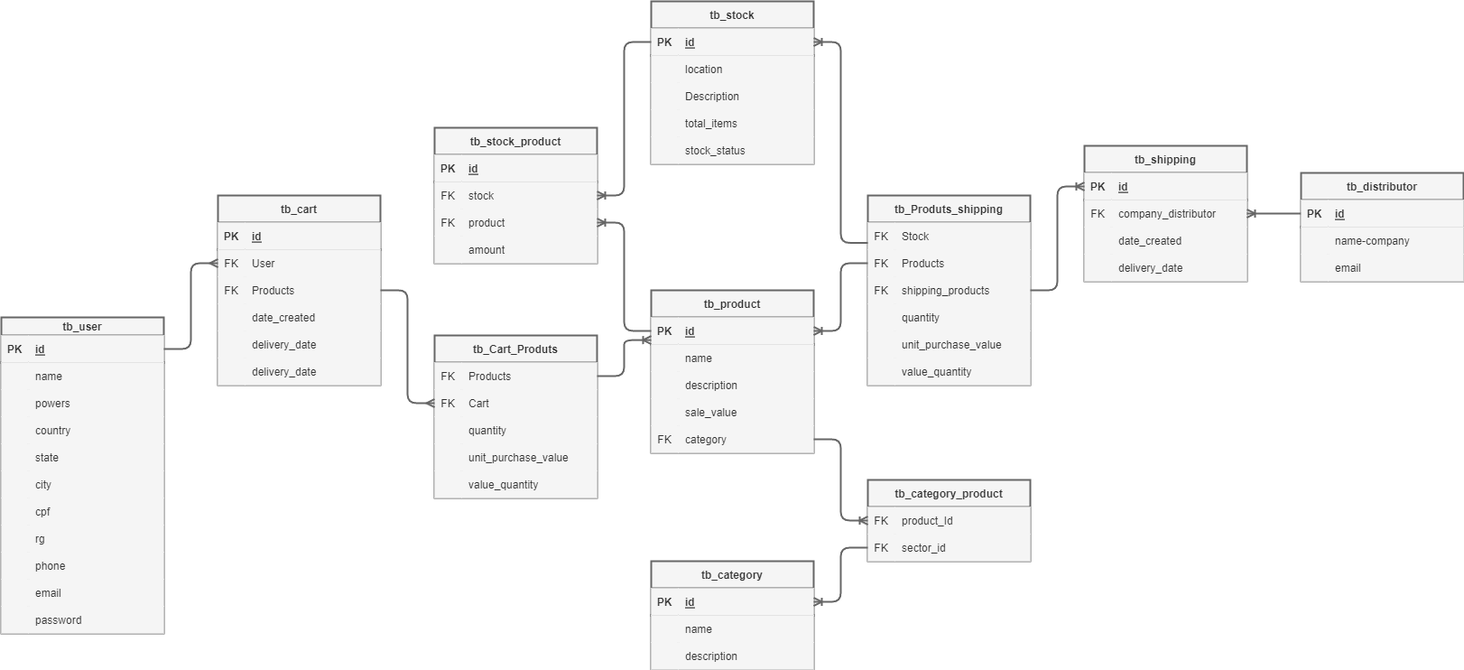
ulisses953/GerenciadorEstoqueBackEnd keeps this draw.io diagram as doc/DiagramaBanco.png. Above is the earlier version. Source tidied: cells renumbered, new cells last; positions are measured from the earlier drawing's top-left corner, leaving out a move shared by most shapes.
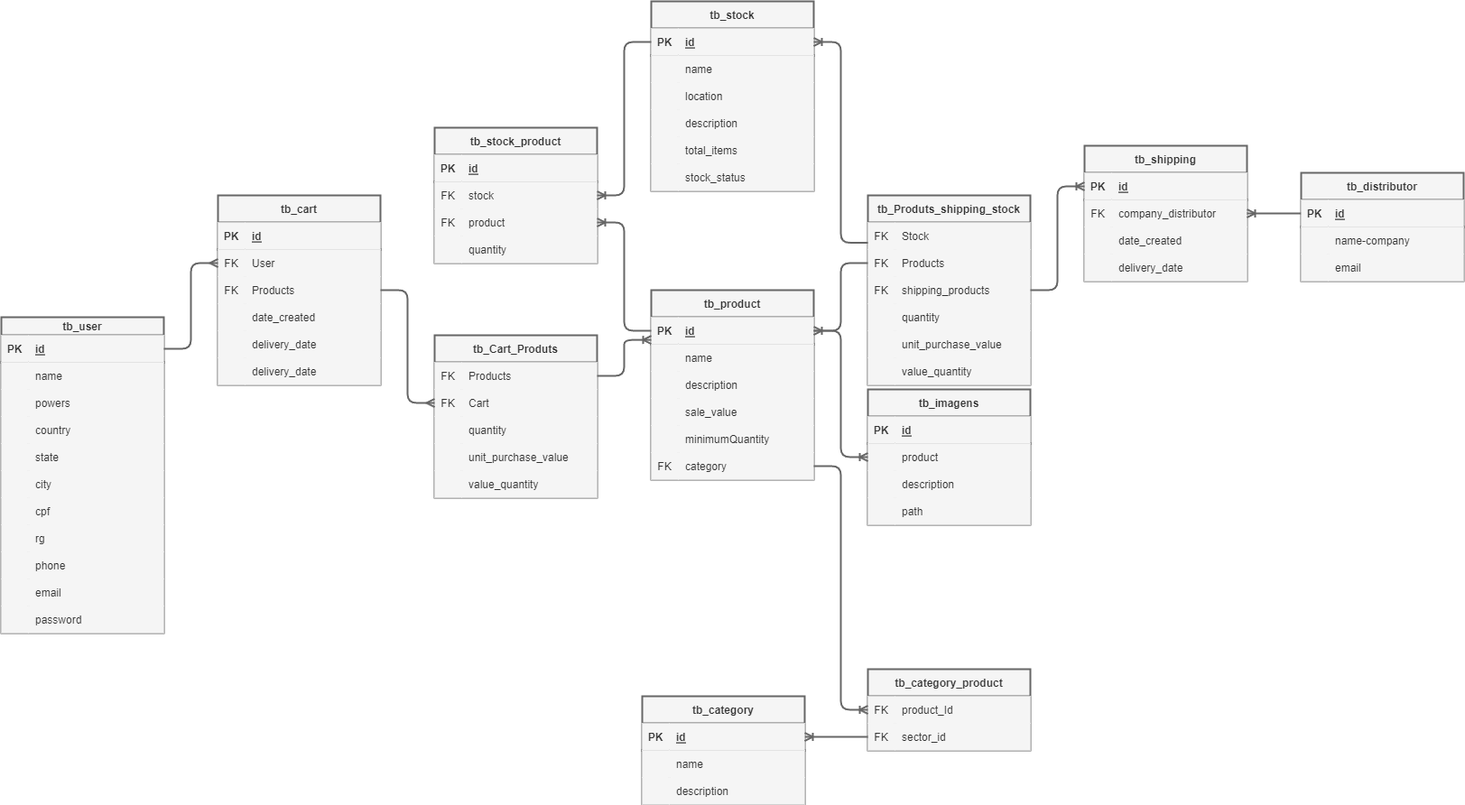
After the change.

Change to the diagram source:
```diff
@@ -3,7 +3,7 @@
     <mxCell id="0" />
     <mxCell id="1" parent="0" />
     <mxCell id="2" value="tb_product" style="shape=table;startSize=30;rowLines=0;fontStyle=1;align=center;strokeWidth=2;labelBackgroundColor=none;fontSize=12;labelBorderColor=none;fillColor=#f5f5f5;fontColor=#333333;strokeColor=#666666;" parent="1" vertex="1">
-      <mxGeometry x="720" y="320" width="180" height="180" as="geometry" />
+      <mxGeometry x="720" y="320" width="180" height="210" as="geometry" />
     </mxCell>
     <mxCell id="3" style="shape=tableRow;horizontal=0;startSize=0;swimlaneHead=0;swimlaneBody=0;fillColor=#f5f5f5;points=[[0,0.5],[1,0.5]];portConstraint=eastwest;top=0;left=0;right=0;bottom=1;strokeWidth=2;labelBackgroundColor=none;fontSize=12;labelBorderColor=none;fontColor=#333333;strokeColor=#666666;" parent="2" vertex="1">
       <mxGeometry y="30" width="180" height="30" as="geometry" />
@@ -41,8 +41,17 @@
     <mxCell id="14" value="sale_value" style="shape=partialRectangle;fillColor=#f5f5f5;top=0;left=0;bottom=0;right=0;align=left;spacingLeft=6;overflow=hidden;strokeWidth=2;labelBackgroundColor=none;fontSize=12;labelBorderColor=none;fontColor=#333333;strokeColor=#666666;" parent="12" vertex="1">
       <mxGeometry x="30" width="150" height="30" as="geometry" />
     </mxCell>
+    <mxCell id="186" style="shape=tableRow;horizontal=0;startSize=0;swimlaneHead=0;swimlaneBody=0;fillColor=#f5f5f5;top=0;left=0;right=0;bottom=0;strokeWidth=2;labelBackgroundColor=none;fontSize=12;labelBorderColor=none;fontColor=#333333;strokeColor=#666666;" parent="2" vertex="1">
+      <mxGeometry y="150" width="180" height="30" as="geometry" />
+    </mxCell>
+    <mxCell id="187" style="shape=partialRectangle;fillColor=#f5f5f5;top=0;left=0;bottom=0;right=0;overflow=hidden;strokeWidth=2;labelBackgroundColor=none;fontSize=12;labelBorderColor=none;fontColor=#333333;strokeColor=#666666;" parent="186" vertex="1">
+      <mxGeometry width="30" height="30" as="geometry" />
+    </mxCell>
+    <mxCell id="188" value="minimumQuantity" style="shape=partialRectangle;fillColor=#f5f5f5;top=0;left=0;bottom=0;right=0;align=left;spacingLeft=6;overflow=hidden;strokeWidth=2;labelBackgroundColor=none;fontSize=12;labelBorderColor=none;fontColor=#333333;strokeColor=#666666;" parent="186" vertex="1">
+      <mxGeometry x="30" width="150" height="30" as="geometry" />
+    </mxCell>
     <mxCell id="15" style="shape=tableRow;horizontal=0;startSize=0;swimlaneHead=0;swimlaneBody=0;fillColor=#f5f5f5;points=[[0,0.5],[1,0.5]];portConstraint=eastwest;top=0;left=0;right=0;bottom=0;strokeWidth=2;labelBackgroundColor=none;fontSize=12;labelBorderColor=none;fontColor=#333333;strokeColor=#666666;" parent="2" vertex="1">
-      <mxGeometry y="150" width="180" height="30" as="geometry" />
+      <mxGeometry y="180" width="180" height="30" as="geometry" />
     </mxCell>
     <mxCell id="16" value="FK" style="shape=partialRectangle;fillColor=#f5f5f5;top=0;left=0;bottom=0;right=0;overflow=hidden;strokeWidth=2;labelBackgroundColor=none;fontSize=12;labelBorderColor=none;fontColor=#333333;strokeColor=#666666;" parent="15" vertex="1">
       <mxGeometry width="30" height="30" as="geometry" />
@@ -51,7 +60,7 @@
       <mxGeometry x="30" width="150" height="30" as="geometry" />
     </mxCell>
     <mxCell id="18" value="tb_category_product" style="shape=table;startSize=30;rowLines=0;fontStyle=1;align=center;strokeWidth=2;labelBackgroundColor=none;fontSize=12;labelBorderColor=none;fillColor=#f5f5f5;fontColor=#333333;strokeColor=#666666;" parent="1" vertex="1">
-      <mxGeometry x="960" y="530" width="180" height="90" as="geometry" />
+      <mxGeometry x="960" y="740" width="180" height="90" as="geometry" />
     </mxCell>
     <mxCell id="19" style="shape=tableRow;horizontal=0;startSize=0;swimlaneHead=0;swimlaneBody=0;fillColor=#f5f5f5;points=[[0,0.5],[1,0.5]];portConstraint=eastwest;top=0;left=0;right=0;bottom=0;strokeWidth=2;labelBackgroundColor=none;fontSize=12;labelBorderColor=none;fontColor=#333333;strokeColor=#666666;" parent="18" vertex="1">
       <mxGeometry y="30" width="180" height="30" as="geometry" />
@@ -75,7 +84,7 @@
       <mxGeometry relative="1" as="geometry" />
     </mxCell>
     <mxCell id="26" value="tb_category" style="shape=table;startSize=30;rowLines=0;fontStyle=1;align=center;strokeWidth=2;labelBackgroundColor=none;fontSize=12;labelBorderColor=none;fillColor=#f5f5f5;fontColor=#333333;strokeColor=#666666;" parent="1" vertex="1">
-      <mxGeometry x="720" y="620" width="180" height="120" as="geometry" />
+      <mxGeometry x="710" y="770" width="180" height="120" as="geometry" />
     </mxCell>
     <mxCell id="27" style="shape=tableRow;horizontal=0;startSize=0;swimlaneHead=0;swimlaneBody=0;fillColor=#f5f5f5;points=[[0,0.5],[1,0.5]];portConstraint=eastwest;top=0;left=0;right=0;bottom=1;strokeWidth=2;labelBackgroundColor=none;fontSize=12;labelBorderColor=none;fontColor=#333333;strokeColor=#666666;" parent="26" vertex="1">
       <mxGeometry y="30" width="180" height="30" as="geometry" />
@@ -108,7 +117,7 @@
       <mxGeometry relative="1" as="geometry" />
     </mxCell>
     <mxCell id="37" value="tb_stock" style="shape=table;startSize=30;rowLines=0;fontStyle=1;align=center;strokeWidth=2;labelBackgroundColor=none;fontSize=12;labelBorderColor=none;fillColor=#f5f5f5;fontColor=#333333;strokeColor=#666666;" parent="1" vertex="1">
-      <mxGeometry x="720" width="180" height="180" as="geometry" />
+      <mxGeometry x="720" width="180" height="210" as="geometry" />
     </mxCell>
     <mxCell id="38" style="shape=tableRow;horizontal=0;startSize=0;swimlaneHead=0;swimlaneBody=0;fillColor=#f5f5f5;points=[[0,0.5],[1,0.5]];portConstraint=eastwest;top=0;left=0;right=0;bottom=1;strokeWidth=2;labelBackgroundColor=none;fontSize=12;labelBorderColor=none;fontColor=#333333;strokeColor=#666666;" parent="37" vertex="1">
       <mxGeometry y="30" width="180" height="30" as="geometry" />
@@ -125,20 +134,29 @@
     <mxCell id="42" style="shape=partialRectangle;fillColor=#f5f5f5;top=0;left=0;bottom=0;right=0;overflow=hidden;strokeWidth=2;labelBackgroundColor=none;fontSize=12;labelBorderColor=none;fontColor=#333333;strokeColor=#666666;" parent="41" vertex="1">
       <mxGeometry width="30" height="30" as="geometry" />
     </mxCell>
-    <mxCell id="43" value="location" style="shape=partialRectangle;fillColor=#f5f5f5;top=0;left=0;bottom=0;right=0;align=left;spacingLeft=6;overflow=hidden;strokeWidth=2;labelBackgroundColor=none;fontSize=12;labelBorderColor=none;fontColor=#333333;strokeColor=#666666;" parent="41" vertex="1">
+    <mxCell id="43" value="name" style="shape=partialRectangle;fillColor=#f5f5f5;top=0;left=0;bottom=0;right=0;align=left;spacingLeft=6;overflow=hidden;strokeWidth=2;labelBackgroundColor=none;fontSize=12;labelBorderColor=none;fontColor=#333333;strokeColor=#666666;" parent="41" vertex="1">
       <mxGeometry x="30" width="150" height="30" as="geometry" />
     </mxCell>
+    <mxCell id="189" style="shape=tableRow;horizontal=0;startSize=0;swimlaneHead=0;swimlaneBody=0;fillColor=#f5f5f5;top=0;left=0;right=0;bottom=0;strokeWidth=2;labelBackgroundColor=none;fontSize=12;labelBorderColor=none;fontColor=#333333;strokeColor=#666666;" parent="37" vertex="1">
+      <mxGeometry y="90" width="180" height="30" as="geometry" />
+    </mxCell>
+    <mxCell id="190" style="shape=partialRectangle;fillColor=#f5f5f5;top=0;left=0;bottom=0;right=0;overflow=hidden;strokeWidth=2;labelBackgroundColor=none;fontSize=12;labelBorderColor=none;fontColor=#333333;strokeColor=#666666;" parent="189" vertex="1">
+      <mxGeometry width="30" height="30" as="geometry" />
+    </mxCell>
+    <mxCell id="191" value="location" style="shape=partialRectangle;fillColor=#f5f5f5;top=0;left=0;bottom=0;right=0;align=left;spacingLeft=6;overflow=hidden;strokeWidth=2;labelBackgroundColor=none;fontSize=12;labelBorderColor=none;fontColor=#333333;strokeColor=#666666;" parent="189" vertex="1">
+      <mxGeometry x="30" width="150" height="30" as="geometry" />
+    </mxCell>
     <mxCell id="44" style="shape=tableRow;horizontal=0;startSize=0;swimlaneHead=0;swimlaneBody=0;fillColor=#f5f5f5;top=0;left=0;right=0;bottom=0;strokeWidth=2;labelBackgroundColor=none;fontSize=12;labelBorderColor=none;fontColor=#333333;strokeColor=#666666;" parent="37" vertex="1">
-      <mxGeometry y="90" width="180" height="30" as="geometry" />
+      <mxGeometry y="120" width="180" height="30" as="geometry" />
     </mxCell>
     <mxCell id="45" style="shape=partialRectangle;fillColor=#f5f5f5;top=0;left=0;bottom=0;right=0;overflow=hidden;strokeWidth=2;labelBackgroundColor=none;fontSize=12;labelBorderColor=none;fontColor=#333333;strokeColor=#666666;" parent="44" vertex="1">
       <mxGeometry width="30" height="30" as="geometry" />
     </mxCell>
-    <mxCell id="46" value="Description" style="shape=partialRectangle;fillColor=#f5f5f5;top=0;left=0;bottom=0;right=0;align=left;spacingLeft=6;overflow=hidden;strokeWidth=2;labelBackgroundColor=none;fontSize=12;labelBorderColor=none;fontColor=#333333;strokeColor=#666666;" parent="44" vertex="1">
+    <mxCell id="46" value="description" style="shape=partialRectangle;fillColor=#f5f5f5;top=0;left=0;bottom=0;right=0;align=left;spacingLeft=6;overflow=hidden;strokeWidth=2;labelBackgroundColor=none;fontSize=12;labelBorderColor=none;fontColor=#333333;strokeColor=#666666;" parent="44" vertex="1">
       <mxGeometry x="30" width="150" height="30" as="geometry" />
     </mxCell>
     <mxCell id="47" style="shape=tableRow;horizontal=0;startSize=0;swimlaneHead=0;swimlaneBody=0;fillColor=#f5f5f5;top=0;left=0;right=0;bottom=0;strokeWidth=2;labelBackgroundColor=none;fontSize=12;labelBorderColor=none;fontColor=#333333;strokeColor=#666666;" parent="37" vertex="1">
-      <mxGeometry y="120" width="180" height="30" as="geometry" />
+      <mxGeometry y="150" width="180" height="30" as="geometry" />
     </mxCell>
     <mxCell id="48" style="shape=partialRectangle;fillColor=#f5f5f5;top=0;left=0;bottom=0;right=0;overflow=hidden;strokeWidth=2;labelBackgroundColor=none;fontSize=12;labelBorderColor=none;fontColor=#333333;strokeColor=#666666;" parent="47" vertex="1">
       <mxGeometry width="30" height="30" as="geometry" />
@@ -147,7 +165,7 @@
       <mxGeometry x="30" width="150" height="30" as="geometry" />
     </mxCell>
     <mxCell id="50" style="shape=tableRow;horizontal=0;startSize=0;swimlaneHead=0;swimlaneBody=0;fillColor=#f5f5f5;top=0;left=0;right=0;bottom=0;strokeWidth=2;labelBackgroundColor=none;fontSize=12;labelBorderColor=none;fontColor=#333333;strokeColor=#666666;" parent="37" vertex="1">
-      <mxGeometry y="150" width="180" height="30" as="geometry" />
+      <mxGeometry y="180" width="180" height="30" as="geometry" />
     </mxCell>
     <mxCell id="51" style="shape=partialRectangle;fillColor=#f5f5f5;top=0;left=0;bottom=0;right=0;overflow=hidden;strokeWidth=2;labelBackgroundColor=none;fontSize=12;labelBorderColor=none;fontColor=#333333;strokeColor=#666666;" parent="50" vertex="1">
       <mxGeometry width="30" height="30" as="geometry" />
@@ -293,7 +311,7 @@
     <mxCell id="98" style="shape=partialRectangle;fillColor=#f5f5f5;top=0;left=0;bottom=0;right=0;overflow=hidden;strokeWidth=2;labelBackgroundColor=none;fontSize=12;labelBorderColor=none;fontColor=#333333;strokeColor=#666666;" parent="97" vertex="1">
       <mxGeometry width="30" height="30" as="geometry" />
     </mxCell>
-    <mxCell id="99" value="amount" style="shape=partialRectangle;fillColor=#f5f5f5;top=0;left=0;bottom=0;right=0;align=left;spacingLeft=6;overflow=hidden;strokeWidth=2;labelBackgroundColor=none;fontSize=12;labelBorderColor=none;fontColor=#333333;strokeColor=#666666;" parent="97" vertex="1">
+    <mxCell id="99" value="quantity" style="shape=partialRectangle;fillColor=#f5f5f5;top=0;left=0;bottom=0;right=0;align=left;spacingLeft=6;overflow=hidden;strokeWidth=2;labelBackgroundColor=none;fontSize=12;labelBorderColor=none;fontColor=#333333;strokeColor=#666666;" parent="97" vertex="1">
       <mxGeometry x="30" width="150" height="30" as="geometry" />
     </mxCell>
     <mxCell id="100" style="edgeStyle=entityRelationEdgeStyle;fontSize=12;html=1;endArrow=ERoneToMany;entryX=1;entryY=0.5;entryDx=0;entryDy=0;strokeWidth=2;labelBackgroundColor=none;labelBorderColor=none;fillColor=#f5f5f5;strokeColor=#666666;" parent="1" edge="1" source="3" target="94">
@@ -413,7 +431,7 @@
     <mxCell id="138" style="edgeStyle=entityRelationEdgeStyle;fontSize=12;html=1;endArrow=ERmany;entryX=0;entryY=0.5;entryDx=0;entryDy=0;strokeWidth=2;labelBackgroundColor=none;labelBorderColor=none;fillColor=#f5f5f5;strokeColor=#666666;" parent="1" edge="1" source="54" target="106">
       <mxGeometry relative="1" as="geometry" />
     </mxCell>
-    <mxCell id="139" value="tb_Produts_shipping" style="shape=table;startSize=30;rowLines=0;fontStyle=1;align=center;strokeWidth=2;labelBackgroundColor=none;fontSize=12;labelBorderColor=none;fillColor=#f5f5f5;fontColor=#333333;strokeColor=#666666;" parent="1" vertex="1">
+    <mxCell id="139" value="tb_Produts_shipping_stock" style="shape=table;startSize=30;rowLines=0;fontStyle=1;align=center;strokeWidth=2;labelBackgroundColor=none;fontSize=12;labelBorderColor=none;fillColor=#f5f5f5;fontColor=#333333;strokeColor=#666666;" parent="1" vertex="1">
       <mxGeometry x="960" y="215" width="180" height="210" as="geometry" />
     </mxCell>
     <mxCell id="140" style="shape=tableRow;horizontal=0;startSize=0;swimlaneHead=0;swimlaneBody=0;fillColor=#f5f5f5;top=0;left=0;right=0;bottom=0;strokeWidth=2;labelBackgroundColor=none;fontSize=12;labelBorderColor=none;fontColor=#333333;strokeColor=#666666;" parent="139" vertex="1">
@@ -554,5 +572,47 @@
     <mxCell id="185" style="edgeStyle=entityRelationEdgeStyle;fontSize=12;html=1;endArrow=ERoneToMany;strokeWidth=2;labelBackgroundColor=none;labelBorderColor=none;fillColor=#f5f5f5;strokeColor=#666666;exitX=0;exitY=0.25;exitDx=0;exitDy=0;entryX=1;entryY=0.5;entryDx=0;entryDy=0;" parent="1" edge="1" source="139" target="38">
       <mxGeometry relative="1" as="geometry" />
     </mxCell>
+    <mxCell id="192" value="tb_imagens" style="shape=table;startSize=30;rowLines=0;fontStyle=1;align=center;strokeWidth=2;labelBackgroundColor=none;fontSize=12;labelBorderColor=none;fillColor=#f5f5f5;fontColor=#333333;strokeColor=#666666;" parent="1" vertex="1">
+      <mxGeometry x="960" y="430" width="180" height="150" as="geometry" />
+    </mxCell>
+    <mxCell id="193" style="shape=tableRow;horizontal=0;startSize=0;swimlaneHead=0;swimlaneBody=0;fillColor=#f5f5f5;top=0;left=0;right=0;bottom=1;strokeWidth=2;labelBackgroundColor=none;fontSize=12;labelBorderColor=none;fontColor=#333333;strokeColor=#666666;" parent="192" vertex="1">
+      <mxGeometry y="30" width="180" height="30" as="geometry" />
+    </mxCell>
+    <mxCell id="194" value="PK" style="shape=partialRectangle;fillColor=#f5f5f5;top=0;left=0;bottom=0;right=0;fontStyle=1;overflow=hidden;strokeWidth=2;labelBackgroundColor=none;fontSize=12;labelBorderColor=none;fontColor=#333333;strokeColor=#666666;" parent="193" vertex="1">
+      <mxGeometry width="30" height="30" as="geometry" />
+    </mxCell>
+    <mxCell id="195" value="id" style="shape=partialRectangle;fillColor=#f5f5f5;top=0;left=0;bottom=0;right=0;align=left;spacingLeft=6;fontStyle=5;overflow=hidden;strokeWidth=2;labelBackgroundColor=none;fontSize=12;labelBorderColor=none;fontColor=#333333;strokeColor=#666666;" parent="193" vertex="1">
+      <mxGeometry x="30" width="150" height="30" as="geometry" />
+    </mxCell>
+    <mxCell id="196" style="shape=tableRow;horizontal=0;startSize=0;swimlaneHead=0;swimlaneBody=0;fillColor=#f5f5f5;top=0;left=0;right=0;bottom=0;strokeWidth=2;labelBackgroundColor=none;fontSize=12;labelBorderColor=none;fontColor=#333333;strokeColor=#666666;" parent="192" vertex="1">
+      <mxGeometry y="60" width="180" height="30" as="geometry" />
+    </mxCell>
+    <mxCell id="197" style="shape=partialRectangle;fillColor=#f5f5f5;top=0;left=0;bottom=0;right=0;overflow=hidden;strokeWidth=2;labelBackgroundColor=none;fontSize=12;labelBorderColor=none;fontColor=#333333;strokeColor=#666666;" parent="196" vertex="1">
+      <mxGeometry width="30" height="30" as="geometry" />
+    </mxCell>
+    <mxCell id="198" value="product" style="shape=partialRectangle;fillColor=#f5f5f5;top=0;left=0;bottom=0;right=0;align=left;spacingLeft=6;overflow=hidden;strokeWidth=2;labelBackgroundColor=none;fontSize=12;labelBorderColor=none;fontColor=#333333;strokeColor=#666666;" parent="196" vertex="1">
+      <mxGeometry x="30" width="150" height="30" as="geometry" />
+    </mxCell>
+    <mxCell id="199" style="shape=tableRow;horizontal=0;startSize=0;swimlaneHead=0;swimlaneBody=0;fillColor=#f5f5f5;top=0;left=0;right=0;bottom=0;strokeWidth=2;labelBackgroundColor=none;fontSize=12;labelBorderColor=none;fontColor=#333333;strokeColor=#666666;" parent="192" vertex="1">
+      <mxGeometry y="90" width="180" height="30" as="geometry" />
+    </mxCell>
+    <mxCell id="200" style="shape=partialRectangle;fillColor=#f5f5f5;top=0;left=0;bottom=0;right=0;overflow=hidden;strokeWidth=2;labelBackgroundColor=none;fontSize=12;labelBorderColor=none;fontColor=#333333;strokeColor=#666666;" parent="199" vertex="1">
+      <mxGeometry width="30" height="30" as="geometry" />
+    </mxCell>
+    <mxCell id="201" value="description" style="shape=partialRectangle;fillColor=#f5f5f5;top=0;left=0;bottom=0;right=0;align=left;spacingLeft=6;overflow=hidden;strokeWidth=2;labelBackgroundColor=none;fontSize=12;labelBorderColor=none;fontColor=#333333;strokeColor=#666666;" parent="199" vertex="1">
+      <mxGeometry x="30" width="150" height="30" as="geometry" />
+    </mxCell>
+    <mxCell id="202" style="shape=tableRow;horizontal=0;startSize=0;swimlaneHead=0;swimlaneBody=0;fillColor=#f5f5f5;top=0;left=0;right=0;bottom=0;strokeWidth=2;labelBackgroundColor=none;fontSize=12;labelBorderColor=none;fontColor=#333333;strokeColor=#666666;" parent="192" vertex="1">
+      <mxGeometry y="120" width="180" height="30" as="geometry" />
+    </mxCell>
+    <mxCell id="203" style="shape=partialRectangle;fillColor=#f5f5f5;top=0;left=0;bottom=0;right=0;overflow=hidden;strokeWidth=2;labelBackgroundColor=none;fontSize=12;labelBorderColor=none;fontColor=#333333;strokeColor=#666666;" parent="202" vertex="1">
+      <mxGeometry width="30" height="30" as="geometry" />
+    </mxCell>
+    <mxCell id="204" value="path" style="shape=partialRectangle;fillColor=#f5f5f5;top=0;left=0;bottom=0;right=0;align=left;spacingLeft=6;overflow=hidden;strokeWidth=2;labelBackgroundColor=none;fontSize=12;labelBorderColor=none;fontColor=#333333;strokeColor=#666666;" parent="202" vertex="1">
+      <mxGeometry x="30" width="150" height="30" as="geometry" />
+    </mxCell>
+    <mxCell id="205" style="edgeStyle=entityRelationEdgeStyle;fontSize=12;html=1;endArrow=ERoneToMany;entryX=0;entryY=0.5;entryDx=0;entryDy=0;strokeColor=#666666;strokeWidth=2;" parent="1" edge="1" source="3" target="192">
+      <mxGeometry relative="1" as="geometry" />
+    </mxCell>
   </root>
 </mxGraphModel>
```
